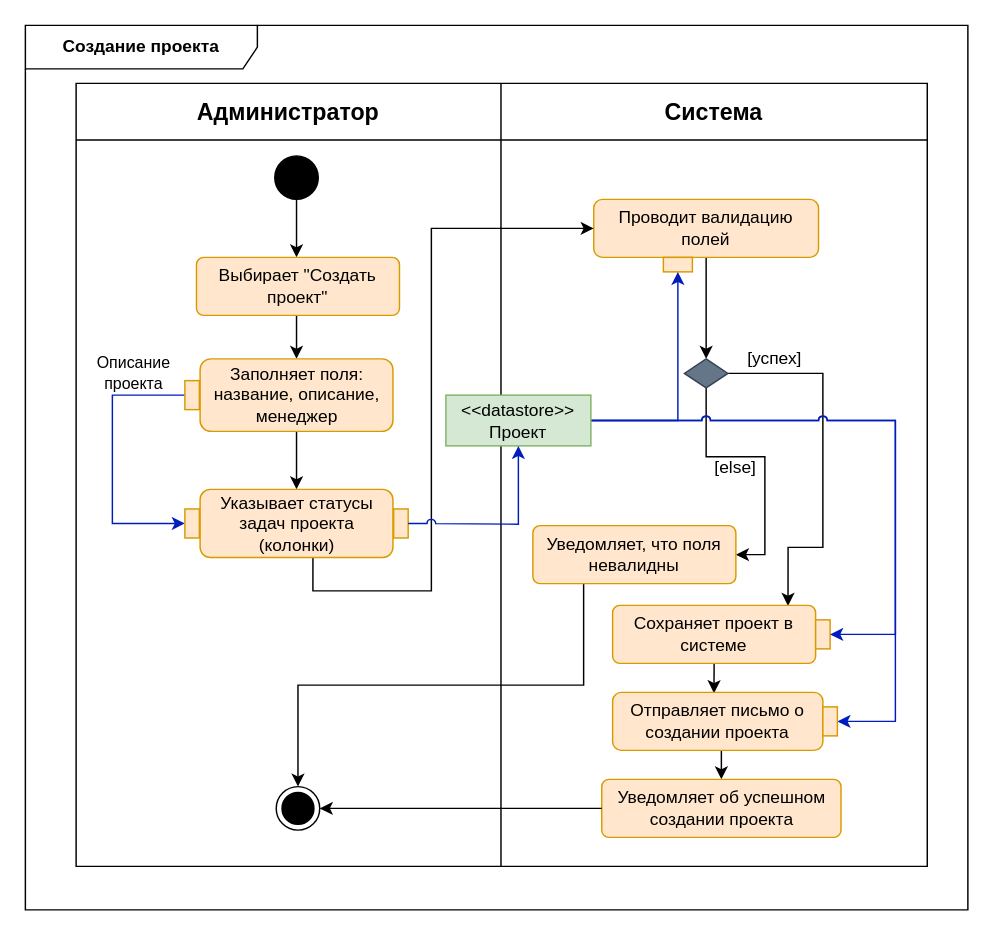
The draw.io diagram docs/raw_diagrams/create_project.drawio in aVorotnikov/thunder_board, before the edit. Source tidied: cells renumbered, new cells numbered last; positions are measured from the earlier drawing's top-left corner, leaving out a move shared by most shapes. Both pictures are drawn from the tidied source at 145%, with x=0, y=0 at pixel (25, 25).
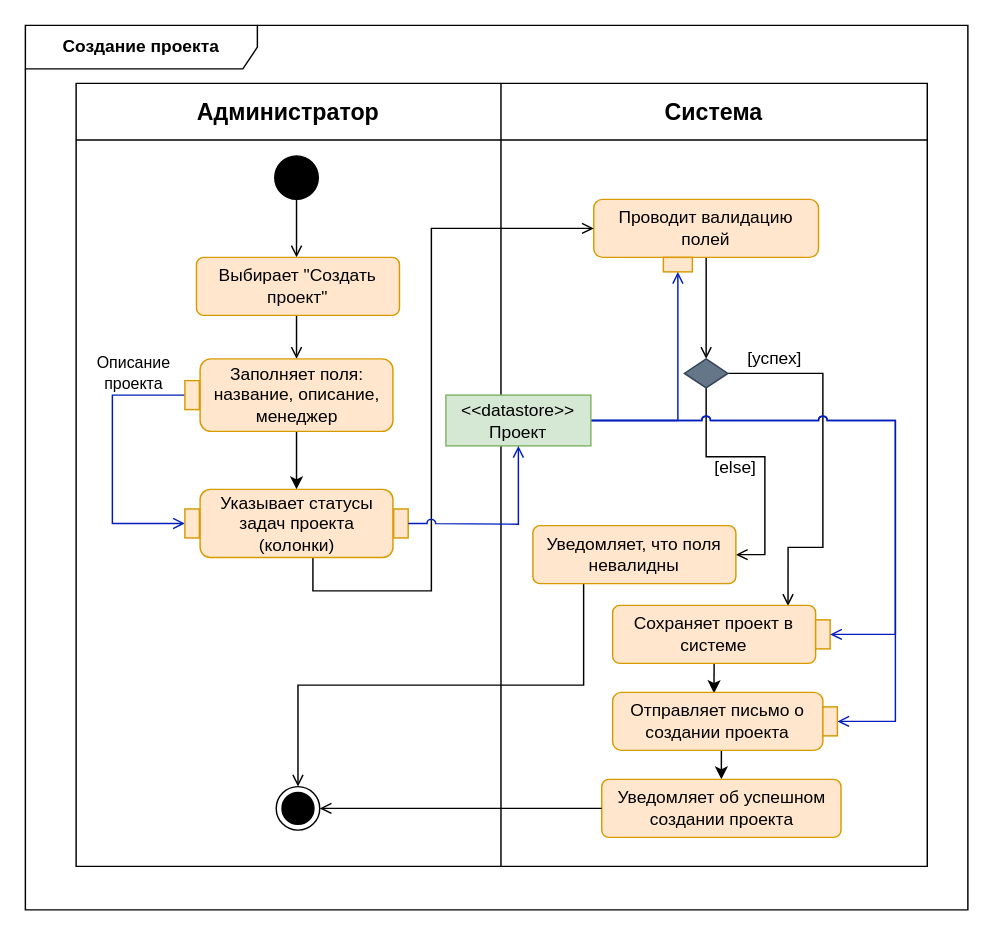
After the change.

Unchanged cells that the change refers to:
```xml
<mxCell id="2" value="&lt;b&gt;Создание проекта&lt;br&gt;&lt;/b&gt;" style="shape=umlFrame;whiteSpace=wrap;html=1;width=160;" parent="1" vertex="1">
  <mxGeometry width="650" height="610" as="geometry" />
</mxCell>
<mxCell id="11" style="ellipse;fillColor=strokeColor;html=1;" parent="2" vertex="1">
  <mxGeometry x="172" y="90" width="30" height="30" as="geometry" />
</mxCell>
<mxCell id="12" style="ellipse;html=1;shape=endState;fillColor=strokeColor;" parent="2" vertex="1">
  <mxGeometry x="173" y="525" width="30" height="30" as="geometry" />
</mxCell>
<mxCell id="15" value="Проводит валидацию полей " style="rounded=1;whiteSpace=wrap;html=1;fillColor=#ffe6cc;strokeColor=#d79b00;" parent="2" vertex="1">
  <mxGeometry x="392" y="120" width="155" height="40" as="geometry" />
</mxCell>
<mxCell id="18" style="rhombus;whiteSpace=wrap;html=1;fillColor=#647687;fontColor=#ffffff;strokeColor=#314354;" parent="2" vertex="1">
  <mxGeometry x="454.5" y="230" width="30" height="20" as="geometry" />
</mxCell>
<mxCell id="20" style="rounded=0;whiteSpace=wrap;html=1;fillColor=#ffe6cc;strokeColor=#d79b00;" parent="2" vertex="1">
  <mxGeometry x="440" y="160" width="20" height="10" as="geometry" />
</mxCell>
<mxCell id="21" value="Выбирает &quot;Создать проект&quot;" style="html=1;align=center;verticalAlign=middle;rounded=1;absoluteArcSize=1;arcSize=10;dashed=0;whiteSpace=wrap;fillColor=#ffe6cc;strokeColor=#d79b00;" parent="2" vertex="1">
  <mxGeometry x="118" y="160" width="140" height="40" as="geometry" />
</mxCell>
<mxCell id="27" value="Уведомляет, что поля невалидны" style="html=1;align=center;verticalAlign=middle;rounded=1;absoluteArcSize=1;arcSize=10;dashed=0;whiteSpace=wrap;fillColor=#ffe6cc;strokeColor=#d79b00;" parent="2" vertex="1">
  <mxGeometry x="350" y="345" width="140" height="40" as="geometry" />
</mxCell>
<mxCell id="28" value="Сохраняет проект в системе" style="html=1;align=center;verticalAlign=middle;rounded=1;absoluteArcSize=1;arcSize=10;dashed=0;whiteSpace=wrap;fillColor=#ffe6cc;strokeColor=#d79b00;" parent="2" vertex="1">
  <mxGeometry x="405" y="400" width="140" height="40" as="geometry" />
</mxCell>
<mxCell id="29" value="Уведомляет об успешном создании проекта" style="html=1;align=center;verticalAlign=middle;rounded=1;absoluteArcSize=1;arcSize=10;dashed=0;whiteSpace=wrap;fillColor=#ffe6cc;strokeColor=#d79b00;" parent="2" vertex="1">
  <mxGeometry x="397.5" y="520" width="165" height="40" as="geometry" />
</mxCell>
<mxCell id="31" style="rounded=0;whiteSpace=wrap;html=1;fillColor=#ffe6cc;strokeColor=#d79b00;rotation=90;" parent="2" vertex="1">
  <mxGeometry x="540" y="415" width="20" height="10" as="geometry" />
</mxCell>
<mxCell id="35" value="Указывает статусы задач проекта (колонки)" style="rounded=1;whiteSpace=wrap;html=1;fillColor=#ffe6cc;strokeColor=#d79b00;" parent="2" vertex="1">
  <mxGeometry x="120.5" y="320" width="133" height="47" as="geometry" />
</mxCell>
<mxCell id="36" style="rounded=0;whiteSpace=wrap;html=1;rotation=90;fillColor=#ffe6cc;strokeColor=#d79b00;" parent="2" vertex="1">
  <mxGeometry x="249" y="338.5" width="20" height="10" as="geometry" />
</mxCell>
<mxCell id="40" value="&lt;div&gt;&amp;lt;&amp;lt;datastore&amp;gt;&amp;gt;&lt;/div&gt;&lt;div&gt;Проект&lt;br&gt;&lt;/div&gt;" style="rounded=0;whiteSpace=wrap;html=1;fillColor=#d5e8d4;strokeColor=#82b366;" parent="2" vertex="1">
  <mxGeometry x="290" y="255" width="100" height="35" as="geometry" />
</mxCell>
<mxCell id="42" style="rounded=0;whiteSpace=wrap;html=1;fillColor=#ffe6cc;strokeColor=#d79b00;rotation=90;" parent="2" vertex="1">
  <mxGeometry x="545" y="475" width="20" height="10" as="geometry" />
</mxCell>
<mxCell id="45" style="rounded=0;whiteSpace=wrap;html=1;rotation=90;fillColor=#ffe6cc;strokeColor=#d79b00;" parent="2" vertex="1">
  <mxGeometry x="105" y="250" width="20" height="10" as="geometry" />
</mxCell>
<mxCell id="46" style="rounded=0;whiteSpace=wrap;html=1;rotation=90;fillColor=#ffe6cc;strokeColor=#d79b00;" parent="2" vertex="1">
  <mxGeometry x="105" y="338.5" width="20" height="10" as="geometry" />
</mxCell>
```

The edit, as a diff of the source:
```diff
@@
-    <mxCell id="10" style="edgeStyle=orthogonalEdgeStyle;rounded=0;jettySize=auto;html=1;" parent="2" edge="1" source="11">
+    <mxCell id="10" style="edgeStyle=orthogonalEdgeStyle;rounded=0;jettySize=auto;html=1;endArrow=open;endFill=0;" parent="2" edge="1" source="11">
       <mxGeometry relative="1" as="geometry">
         <mxPoint x="187" y="160" as="targetPoint" />
       </mxGeometry>
     </mxCell>
@@
-    <mxCell id="13" style="edgeStyle=orthogonalEdgeStyle;rounded=0;jettySize=auto;html=1;" parent="2" edge="1" source="21">
+    <mxCell id="13" style="edgeStyle=orthogonalEdgeStyle;rounded=0;jettySize=auto;html=1;endArrow=open;endFill=0;" parent="2" edge="1" source="21">
       <mxGeometry relative="1" as="geometry">
         <mxPoint x="187" y="230" as="targetPoint" />
         <Array as="points">
           <mxPoint x="187" y="210" />
           <mxPoint x="187" y="210" />
         </Array>
       </mxGeometry>
     </mxCell>
-    <mxCell id="14" style="edgeStyle=orthogonalEdgeStyle;rounded=0;jettySize=auto;html=1;entryX=0.5;entryY=0;entryDx=0;entryDy=0;" parent="2" edge="1" source="15" target="18">
+    <mxCell id="14" style="edgeStyle=orthogonalEdgeStyle;rounded=0;jettySize=auto;html=1;entryX=0.5;entryY=0;entryDx=0;entryDy=0;endArrow=open;endFill=0;" parent="2" edge="1" source="15" target="18">
       <mxGeometry relative="1" as="geometry" />
     </mxCell>
@@
-    <mxCell id="16" style="edgeStyle=orthogonalEdgeStyle;rounded=0;jettySize=auto;html=1;entryX=1;entryY=0.5;entryDx=0;entryDy=0;" parent="2" edge="1" source="18" target="27">
+    <mxCell id="16" style="edgeStyle=orthogonalEdgeStyle;rounded=0;jettySize=auto;html=1;entryX=1;entryY=0.5;entryDx=0;entryDy=0;endArrow=open;endFill=0;" parent="2" edge="1" source="18" target="27">
       <mxGeometry relative="1" as="geometry" />
     </mxCell>
-    <mxCell id="17" style="edgeStyle=orthogonalEdgeStyle;rounded=0;jettySize=auto;html=1;entryX=0.864;entryY=0.01;entryDx=0;entryDy=0;entryPerimeter=0;jumpStyle=arc;" parent="2" edge="1" source="18" target="28">
+    <mxCell id="17" style="edgeStyle=orthogonalEdgeStyle;rounded=0;jettySize=auto;html=1;entryX=0.864;entryY=0.01;entryDx=0;entryDy=0;entryPerimeter=0;jumpStyle=arc;endArrow=open;endFill=0;" parent="2" edge="1" source="18" target="28">
       <mxGeometry relative="1" as="geometry">
         <Array as="points">
           <mxPoint x="550" y="240" />
           <mxPoint x="550" y="360" />
           <mxPoint x="526" y="360" />
         </Array>
       </mxGeometry>
     </mxCell>
@@
-    <mxCell id="25" style="edgeStyle=orthogonalEdgeStyle;rounded=0;jettySize=auto;html=1;entryX=0;entryY=0.5;entryDx=0;entryDy=0;exitX=0.585;exitY=0.968;exitDx=0;exitDy=0;exitPerimeter=0;jumpStyle=none;" parent="2" edge="1" source="35" target="15">
+    <mxCell id="25" style="edgeStyle=orthogonalEdgeStyle;rounded=0;jettySize=auto;html=1;entryX=0;entryY=0.5;entryDx=0;entryDy=0;exitX=0.585;exitY=0.968;exitDx=0;exitDy=0;exitPerimeter=0;jumpStyle=none;endArrow=open;endFill=0;" parent="2" edge="1" source="35" target="15">
       <mxGeometry relative="1" as="geometry">
         <Array as="points">
           <mxPoint x="198" y="390" />
           <mxPoint x="280" y="390" />
           <mxPoint x="280" y="140" />
         </Array>
       </mxGeometry>
     </mxCell>
-    <mxCell id="26" style="edgeStyle=orthogonalEdgeStyle;rounded=0;jettySize=auto;html=1;exitX=0.25;exitY=1;exitDx=0;exitDy=0;entryX=0.5;entryY=0;entryDx=0;entryDy=0;" parent="2" edge="1" source="27" target="12">
+    <mxCell id="26" style="edgeStyle=orthogonalEdgeStyle;rounded=0;jettySize=auto;html=1;exitX=0.25;exitY=1;exitDx=0;exitDy=0;entryX=0.5;entryY=0;entryDx=0;entryDy=0;endArrow=open;endFill=0;" parent="2" edge="1" source="27" target="12">
       <mxGeometry relative="1" as="geometry" />
     </mxCell>
@@
-    <mxCell id="30" style="edgeStyle=orthogonalEdgeStyle;rounded=0;jettySize=auto;html=1;entryX=1;entryY=0.5;entryDx=0;entryDy=0;" parent="2" edge="1" source="29" target="12">
+    <mxCell id="30" style="edgeStyle=orthogonalEdgeStyle;rounded=0;jettySize=auto;html=1;entryX=1;entryY=0.5;entryDx=0;entryDy=0;endArrow=open;endFill=0;" parent="2" edge="1" source="29" target="12">
       <mxGeometry relative="1" as="geometry">
         <Array as="points">
           <mxPoint x="260" y="540" />
           <mxPoint x="260" y="540" />
         </Array>
       </mxGeometry>
     </mxCell>
@@
-    <mxCell id="37" style="edgeStyle=orthogonalEdgeStyle;rounded=0;jettySize=auto;html=1;entryX=0.5;entryY=1;entryDx=0;entryDy=0;fillColor=#0050ef;strokeColor=#001DBC;" parent="2" edge="1" source="40" target="20">
+    <mxCell id="37" style="edgeStyle=orthogonalEdgeStyle;rounded=0;jettySize=auto;html=1;entryX=0.5;entryY=1;entryDx=0;entryDy=0;fillColor=#0050ef;strokeColor=#001DBC;endArrow=open;endFill=0;" parent="2" edge="1" source="40" target="20">
       <mxGeometry relative="1" as="geometry" />
     </mxCell>
-    <mxCell id="38" style="edgeStyle=orthogonalEdgeStyle;rounded=0;jettySize=auto;html=1;entryX=0.5;entryY=0;entryDx=0;entryDy=0;fillColor=#0050ef;strokeColor=#001DBC;jumpStyle=arc;" parent="2" edge="1" source="40" target="31">
+    <mxCell id="38" style="edgeStyle=orthogonalEdgeStyle;rounded=0;jettySize=auto;html=1;entryX=0.5;entryY=0;entryDx=0;entryDy=0;fillColor=#0050ef;strokeColor=#001DBC;jumpStyle=arc;endArrow=open;endFill=0;" parent="2" edge="1" source="40" target="31">
       <mxGeometry relative="1" as="geometry">
         <Array as="points">
           <mxPoint x="600" y="273" />
           <mxPoint x="600" y="420" />
         </Array>
       </mxGeometry>
     </mxCell>
-    <mxCell id="39" style="edgeStyle=orthogonalEdgeStyle;rounded=0;jettySize=auto;html=1;entryX=0.5;entryY=0;entryDx=0;entryDy=0;fillColor=#0050ef;strokeColor=#001DBC;jumpStyle=arc;" parent="2" edge="1" source="40" target="42">
+    <mxCell id="39" style="edgeStyle=orthogonalEdgeStyle;rounded=0;jettySize=auto;html=1;entryX=0.5;entryY=0;entryDx=0;entryDy=0;fillColor=#0050ef;strokeColor=#001DBC;jumpStyle=arc;endArrow=open;endFill=0;" parent="2" edge="1" source="40" target="42">
       <mxGeometry relative="1" as="geometry">
         <Array as="points">
           <mxPoint x="600" y="273" />
           <mxPoint x="600" y="480" />
         </Array>
       </mxGeometry>
     </mxCell>
@@
-    <mxCell id="41" style="endArrow=classic;html=1;rounded=0;entryX=0.5;entryY=1;entryDx=0;entryDy=0;exitX=0.5;exitY=0;exitDx=0;exitDy=0;fillColor=#0050ef;strokeColor=#001DBC;jumpStyle=arc;" parent="2" edge="1" source="36" target="40">
+    <mxCell id="41" style="endArrow=open;html=1;rounded=0;entryX=0.5;entryY=1;entryDx=0;entryDy=0;exitX=0.5;exitY=0;exitDx=0;exitDy=0;fillColor=#0050ef;strokeColor=#001DBC;jumpStyle=arc;endFill=0;" parent="2" edge="1" source="36" target="40">
       <mxGeometry relative="1" as="geometry">
         <Array as="points">
           <mxPoint x="340" y="344" />
         </Array>
       </mxGeometry>
     </mxCell>
@@
-    <mxCell id="44" style="edgeStyle=orthogonalEdgeStyle;rounded=0;jettySize=auto;html=1;entryX=0.5;entryY=1;entryDx=0;entryDy=0;fillColor=#0050ef;strokeColor=#001DBC;" parent="2" edge="1" source="45" target="46">
+    <mxCell id="44" style="edgeStyle=orthogonalEdgeStyle;rounded=0;jettySize=auto;html=1;entryX=0.5;entryY=1;entryDx=0;entryDy=0;fillColor=#0050ef;strokeColor=#001DBC;endArrow=open;endFill=0;" parent="2" edge="1" source="45" target="46">
       <mxGeometry relative="1" as="geometry">
         <Array as="points">
           <mxPoint x="60" y="255" />
           <mxPoint x="60" y="344" />
           <mxPoint x="110" y="344" />
         </Array>
       </mxGeometry>
     </mxCell>
```
